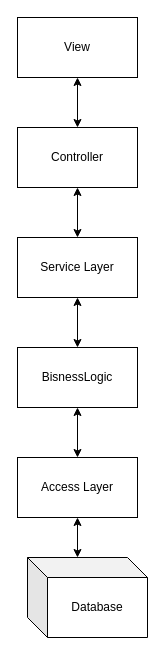
Above: docs/Diagramms/Structure/Structure.drawio in DanyaHDanny/UniversityFacemash (draw.io), before the change. Source tidied: cells renumbered, new cells numbered last; positions are measured from the earlier drawing's top-left corner, leaving out a move shared by most shapes. Both pictures are drawn from the tidied source at 100%, with x=0, y=0 at pixel (17, 17).
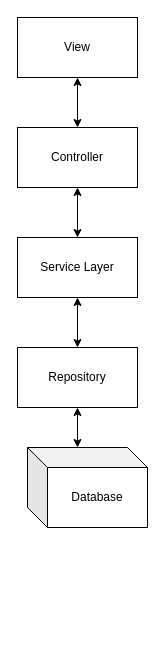
The same diagram, later.

Commit message (it also covers changes not shown here):
Updated class diagram

Diff of the diagram source:
```diff
@@
 <mxGraphModel>
   <root>
     <mxCell id="0" />
     <mxCell id="1" parent="0" />
     <mxCell id="2" value="View" style="rounded=0;whiteSpace=wrap;html=1;" parent="1" vertex="1">
       <mxGeometry width="120" height="60" as="geometry" />
     </mxCell>
     <mxCell id="3" style="edgeStyle=orthogonalEdgeStyle;rounded=0;jettySize=auto;html=1;exitX=0.5;exitY=0;exitDx=0;exitDy=0;entryX=0.5;entryY=1;entryDx=0;entryDy=0;startArrow=classic;startFill=1;" parent="1" edge="1" source="4" target="2">
       <mxGeometry relative="1" as="geometry" />
     </mxCell>
     <mxCell id="4" value="Controller" style="rounded=0;whiteSpace=wrap;html=1;" parent="1" vertex="1">
       <mxGeometry y="110" width="120" height="60" as="geometry" />
     </mxCell>
     <mxCell id="5" style="edgeStyle=orthogonalEdgeStyle;rounded=0;jettySize=auto;html=1;exitX=0.5;exitY=0;exitDx=0;exitDy=0;entryX=0.5;entryY=1;entryDx=0;entryDy=0;startArrow=classic;startFill=1;" parent="1" edge="1" source="6" target="4">
       <mxGeometry relative="1" as="geometry" />
     </mxCell>
     <mxCell id="6" value="Service Layer" style="rounded=0;whiteSpace=wrap;html=1;" parent="1" vertex="1">
       <mxGeometry y="220" width="120" height="60" as="geometry" />
     </mxCell>
-    <mxCell id="7" style="edgeStyle=orthogonalEdgeStyle;rounded=0;jettySize=auto;html=1;exitX=0.5;exitY=0;exitDx=0;exitDy=0;entryX=0.5;entryY=1;entryDx=0;entryDy=0;startArrow=classic;startFill=1;" parent="1" edge="1" source="8" target="6">
-      <mxGeometry relative="1" as="geometry" />
-    </mxCell>
-    <mxCell id="8" value="BisnessLogic" style="rounded=0;whiteSpace=wrap;html=1;" parent="1" vertex="1">
-      <mxGeometry y="330" width="120" height="60" as="geometry" />
-    </mxCell>
-    <mxCell id="9" style="edgeStyle=orthogonalEdgeStyle;rounded=0;jettySize=auto;html=1;exitX=0.5;exitY=0;exitDx=0;exitDy=0;entryX=0.5;entryY=1;entryDx=0;entryDy=0;startArrow=classic;startFill=1;" parent="1" edge="1" source="10" target="8">
-      <mxGeometry relative="1" as="geometry" />
+    <mxCell id="9" style="edgeStyle=orthogonalEdgeStyle;rounded=0;jettySize=auto;html=1;exitX=0.5;exitY=0;exitDx=0;exitDy=0;startArrow=classic;startFill=1;" parent="1" edge="1" source="10">
+      <mxGeometry relative="1" as="geometry">
+        <mxPoint x="60" y="280" as="targetPoint" />
+        <Array as="points">
+          <mxPoint x="60" y="280" />
+        </Array>
+      </mxGeometry>
     </mxCell>
-    <mxCell id="10" value="Access Layer" style="rounded=0;whiteSpace=wrap;html=1;" parent="1" vertex="1">
-      <mxGeometry y="440" width="120" height="60" as="geometry" />
+    <mxCell id="10" value="Repository" style="rounded=0;whiteSpace=wrap;html=1;" parent="1" vertex="1">
+      <mxGeometry y="330" width="120" height="60" as="geometry" />
     </mxCell>
     <mxCell id="11" style="edgeStyle=orthogonalEdgeStyle;rounded=0;jettySize=auto;html=1;exitX=0;exitY=0;exitDx=50;exitDy=0;exitPerimeter=0;entryX=0.5;entryY=1;entryDx=0;entryDy=0;startArrow=classic;startFill=1;" parent="1" edge="1" source="12" target="10">
       <mxGeometry relative="1" as="geometry" />
     </mxCell>
     <mxCell id="12" value="Database" style="shape=cube;whiteSpace=wrap;html=1;boundedLbl=1;backgroundOutline=1;darkOpacity=0.05;darkOpacity2=0.1;" parent="1" vertex="1">
-      <mxGeometry x="10" y="540" width="120" height="80" as="geometry" />
+      <mxGeometry x="10" y="430" width="120" height="80" as="geometry" />
     </mxCell>
   </root>
 </mxGraphModel>
```
